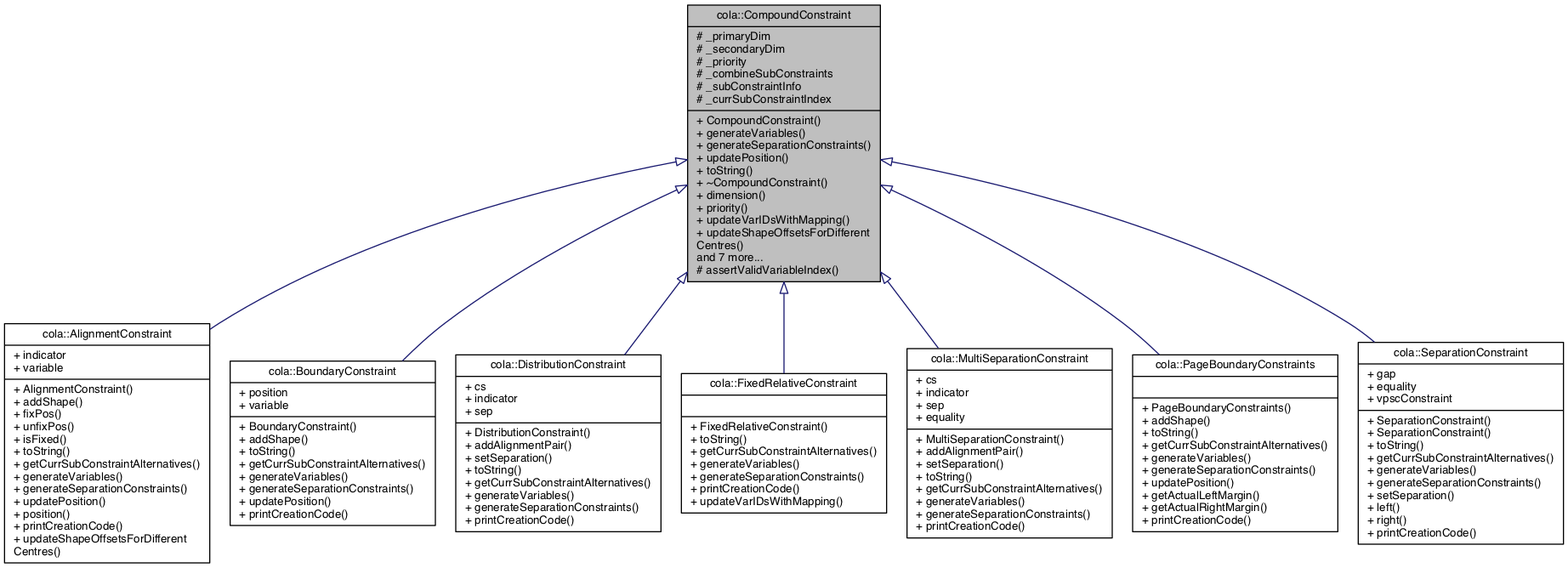
Before: documentation/classcola_1_1CompoundConstraint__inherit__graph.png, a diagram exported from Graphviz (mjwybrow/adaptagrams). Its source is kept beside it as documentation/classcola_1_1CompoundConstraint__inherit__graph.dot.
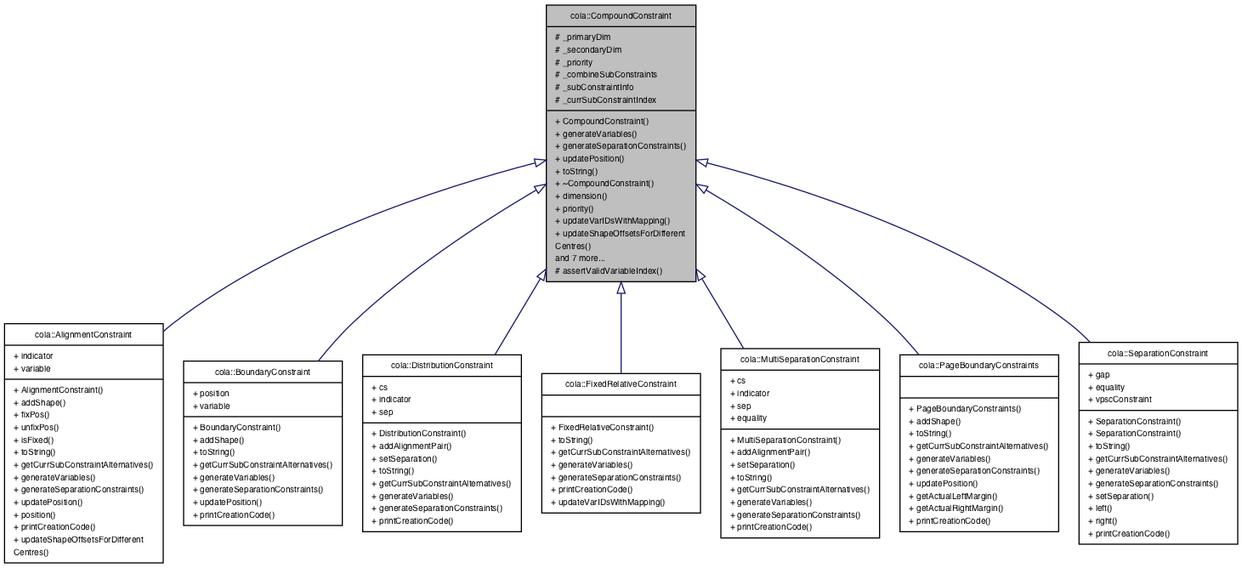
The same file after the commit.

What changed in the source:
```diff
@@ -2,19 +2,19 @@
 {
   edge [fontname="Helvetica",fontsize="10",labelfontname="Helvetica",labelfontsize="10"];
   node [fontname="Helvetica",fontsize="10",shape=record];
-  Node1 [label="{cola::CompoundConstraint\n|# _primaryDim\l# _secondaryDim\l# _priority\l# _combineSubConstraints\l# _subConstraintInfo\l# _currSubConstraintIndex\l|+ CompoundConstraint()\l+ generateVariables()\l+ generateSeparationConstraints()\l+ updatePosition()\l+ toString()\l+ ~CompoundConstraint()\l+ dimension()\l+ priority()\l+ updateVarIDsWithMapping()\l+ updateShapeOffsetsForDifferent\lCentres()\land 7 more...\l# assertValidVariableIndex()\l}",height=0.2,width=0.4,color="black", fillcolor="grey75", style="filled", fontcolor="black"];
-  Node1 -> Node2 [dir="back",color="midnightblue",fontsize="10",style="solid",arrowtail="onormal",fontname="Helvetica"];
-  Node2 [label="{cola::AlignmentConstraint\n|+ indicator\l+ variable\l|+ AlignmentConstraint()\l+ addShape()\l+ fixPos()\l+ unfixPos()\l+ isFixed()\l+ toString()\l+ getCurrSubConstraintAlternatives()\l+ generateVariables()\l+ generateSeparationConstraints()\l+ updatePosition()\l+ position()\l+ printCreationCode()\l+ updateShapeOffsetsForDifferent\lCentres()\l}",height=0.2,width=0.4,color="black", fillcolor="white", style="filled",URL="$classcola_1_1AlignmentConstraint.html",tooltip="An alignment constraint specifies a alignment line that a set of nodes must be constrained to by an e..."];
-  Node1 -> Node3 [dir="back",color="midnightblue",fontsize="10",style="solid",arrowtail="onormal",fontname="Helvetica"];
-  Node3 [label="{cola::BoundaryConstraint\n|+ position\l+ variable\l|+ BoundaryConstraint()\l+ addShape()\l+ toString()\l+ getCurrSubConstraintAlternatives()\l+ generateVariables()\l+ generateSeparationConstraints()\l+ updatePosition()\l+ printCreationCode()\l}",height=0.2,width=0.4,color="black", fillcolor="white", style="filled",URL="$classcola_1_1BoundaryConstraint.html",tooltip="A boundary constraint specifies a bounding line that a set of nodes must be either to the left or rig..."];
-  Node1 -> Node4 [dir="back",color="midnightblue",fontsize="10",style="solid",arrowtail="onormal",fontname="Helvetica"];
-  Node4 [label="{cola::DistributionConstraint\n|+ cs\l+ indicator\l+ sep\l|+ DistributionConstraint()\l+ addAlignmentPair()\l+ setSeparation()\l+ toString()\l+ getCurrSubConstraintAlternatives()\l+ generateVariables()\l+ generateSeparationConstraints()\l+ printCreationCode()\l}",height=0.2,width=0.4,color="black", fillcolor="white", style="filled",URL="$classcola_1_1DistributionConstraint.html",tooltip="A distribution constraint specifies an ordered set of alignment constraints and a fixed separation re..."];
-  Node1 -> Node5 [dir="back",color="midnightblue",fontsize="10",style="solid",arrowtail="onormal",fontname="Helvetica"];
-  Node5 [label="{cola::FixedRelativeConstraint\n||+ FixedRelativeConstraint()\l+ toString()\l+ getCurrSubConstraintAlternatives()\l+ generateVariables()\l+ generateSeparationConstraints()\l+ printCreationCode()\l+ updateVarIDsWithMapping()\l}",height=0.2,width=0.4,color="black", fillcolor="white", style="filled",URL="$classcola_1_1FixedRelativeConstraint.html",tooltip="A fixed-relative constraint specifies that a group of nodes are constrained to be fixed in position r..."];
-  Node1 -> Node6 [dir="back",color="midnightblue",fontsize="10",style="solid",arrowtail="onormal",fontname="Helvetica"];
-  Node6 [label="{cola::MultiSeparationConstraint\n|+ cs\l+ indicator\l+ sep\l+ equality\l|+ MultiSeparationConstraint()\l+ addAlignmentPair()\l+ setSeparation()\l+ toString()\l+ getCurrSubConstraintAlternatives()\l+ generateVariables()\l+ generateSeparationConstraints()\l+ printCreationCode()\l}",height=0.2,width=0.4,color="black", fillcolor="white", style="filled",URL="$classcola_1_1MultiSeparationConstraint.html",tooltip="A multi-separation constraint Specifies a set of horizontal or vertical equal spacing constraints bet..."];
-  Node1 -> Node7 [dir="back",color="midnightblue",fontsize="10",style="solid",arrowtail="onormal",fontname="Helvetica"];
-  Node7 [label="{cola::PageBoundaryConstraints\n||+ PageBoundaryConstraints()\l+ addShape()\l+ toString()\l+ getCurrSubConstraintAlternatives()\l+ generateVariables()\l+ generateSeparationConstraints()\l+ updatePosition()\l+ getActualLeftMargin()\l+ getActualRightMargin()\l+ printCreationCode()\l}",height=0.2,width=0.4,color="black", fillcolor="white", style="filled",URL="$classcola_1_1PageBoundaryConstraints.html",tooltip="A page boundary contraint specifies constraints that attempt to keep the given nodes within a defined..."];
-  Node1 -> Node8 [dir="back",color="midnightblue",fontsize="10",style="solid",arrowtail="onormal",fontname="Helvetica"];
-  Node8 [label="{cola::SeparationConstraint\n|+ gap\l+ equality\l+ vpscConstraint\l|+ SeparationConstraint()\l+ SeparationConstraint()\l+ toString()\l+ getCurrSubConstraintAlternatives()\l+ generateVariables()\l+ generateSeparationConstraints()\l+ setSeparation()\l+ left()\l+ right()\l+ printCreationCode()\l}",height=0.2,width=0.4,color="black", fillcolor="white", style="filled",URL="$classcola_1_1SeparationConstraint.html",tooltip="A separation constraint specifies a simple horizontal or vertical spacing constraint between 2 nodes ..."];
+  Node0 [label="{cola::CompoundConstraint\n|# _primaryDim\l# _secondaryDim\l# _priority\l# _combineSubConstraints\l# _subConstraintInfo\l# _currSubConstraintIndex\l|+ CompoundConstraint()\l+ generateVariables()\l+ generateSeparationConstraints()\l+ updatePosition()\l+ toString()\l+ ~CompoundConstraint()\l+ dimension()\l+ priority()\l+ updateVarIDsWithMapping()\l+ updateShapeOffsetsForDifferent\lCentres()\land 7 more...\l# assertValidVariableIndex()\l}",height=0.2,width=0.4,color="black", fillcolor="grey75", style="filled", fontcolor="black"];
+  Node0 -> Node1 [dir="back",color="midnightblue",fontsize="10",style="solid",arrowtail="onormal",fontname="Helvetica"];
+  Node1 [label="{cola::AlignmentConstraint\n|+ indicator\l+ variable\l|+ AlignmentConstraint()\l+ addShape()\l+ fixPos()\l+ unfixPos()\l+ isFixed()\l+ toString()\l+ getCurrSubConstraintAlternatives()\l+ generateVariables()\l+ generateSeparationConstraints()\l+ updatePosition()\l+ position()\l+ printCreationCode()\l+ updateShapeOffsetsForDifferent\lCentres()\l}",height=0.2,width=0.4,color="black", fillcolor="white", style="filled",URL="$classcola_1_1AlignmentConstraint.html",tooltip="An alignment constraint specifies a alignment line that a set of nodes must be constrained to by an e..."];
+  Node0 -> Node2 [dir="back",color="midnightblue",fontsize="10",style="solid",arrowtail="onormal",fontname="Helvetica"];
+  Node2 [label="{cola::BoundaryConstraint\n|+ position\l+ variable\l|+ BoundaryConstraint()\l+ addShape()\l+ toString()\l+ getCurrSubConstraintAlternatives()\l+ generateVariables()\l+ generateSeparationConstraints()\l+ updatePosition()\l+ printCreationCode()\l}",height=0.2,width=0.4,color="black", fillcolor="white", style="filled",URL="$classcola_1_1BoundaryConstraint.html",tooltip="A boundary constraint specifies a bounding line that a set of nodes must be either to the left or rig..."];
+  Node0 -> Node3 [dir="back",color="midnightblue",fontsize="10",style="solid",arrowtail="onormal",fontname="Helvetica"];
+  Node3 [label="{cola::DistributionConstraint\n|+ cs\l+ indicator\l+ sep\l|+ DistributionConstraint()\l+ addAlignmentPair()\l+ setSeparation()\l+ toString()\l+ getCurrSubConstraintAlternatives()\l+ generateVariables()\l+ generateSeparationConstraints()\l+ printCreationCode()\l}",height=0.2,width=0.4,color="black", fillcolor="white", style="filled",URL="$classcola_1_1DistributionConstraint.html",tooltip="A distribution constraint specifies an ordered set of alignment constraints and a fixed separation re..."];
+  Node0 -> Node4 [dir="back",color="midnightblue",fontsize="10",style="solid",arrowtail="onormal",fontname="Helvetica"];
+  Node4 [label="{cola::FixedRelativeConstraint\n||+ FixedRelativeConstraint()\l+ toString()\l+ getCurrSubConstraintAlternatives()\l+ generateVariables()\l+ generateSeparationConstraints()\l+ printCreationCode()\l+ updateVarIDsWithMapping()\l}",height=0.2,width=0.4,color="black", fillcolor="white", style="filled",URL="$classcola_1_1FixedRelativeConstraint.html",tooltip="A fixed-relative constraint specifies that a group of nodes are constrained to be fixed in position r..."];
+  Node0 -> Node5 [dir="back",color="midnightblue",fontsize="10",style="solid",arrowtail="onormal",fontname="Helvetica"];
+  Node5 [label="{cola::MultiSeparationConstraint\n|+ cs\l+ indicator\l+ sep\l+ equality\l|+ MultiSeparationConstraint()\l+ addAlignmentPair()\l+ setSeparation()\l+ toString()\l+ getCurrSubConstraintAlternatives()\l+ generateVariables()\l+ generateSeparationConstraints()\l+ printCreationCode()\l}",height=0.2,width=0.4,color="black", fillcolor="white", style="filled",URL="$classcola_1_1MultiSeparationConstraint.html",tooltip="A multi-separation constraint Specifies a set of horizontal or vertical equal spacing constraints bet..."];
+  Node0 -> Node6 [dir="back",color="midnightblue",fontsize="10",style="solid",arrowtail="onormal",fontname="Helvetica"];
+  Node6 [label="{cola::PageBoundaryConstraints\n||+ PageBoundaryConstraints()\l+ addShape()\l+ toString()\l+ getCurrSubConstraintAlternatives()\l+ generateVariables()\l+ generateSeparationConstraints()\l+ updatePosition()\l+ getActualLeftMargin()\l+ getActualRightMargin()\l+ printCreationCode()\l}",height=0.2,width=0.4,color="black", fillcolor="white", style="filled",URL="$classcola_1_1PageBoundaryConstraints.html",tooltip="A page boundary contraint specifies constraints that attempt to keep the given nodes within a defined..."];
+  Node0 -> Node7 [dir="back",color="midnightblue",fontsize="10",style="solid",arrowtail="onormal",fontname="Helvetica"];
+  Node7 [label="{cola::SeparationConstraint\n|+ gap\l+ equality\l+ vpscConstraint\l|+ SeparationConstraint()\l+ SeparationConstraint()\l+ toString()\l+ getCurrSubConstraintAlternatives()\l+ generateVariables()\l+ generateSeparationConstraints()\l+ setSeparation()\l+ left()\l+ right()\l+ printCreationCode()\l}",height=0.2,width=0.4,color="black", fillcolor="white", style="filled",URL="$classcola_1_1SeparationConstraint.html",tooltip="A separation constraint specifies a simple horizontal or vertical spacing constraint between 2 nodes ..."];
 }
```
